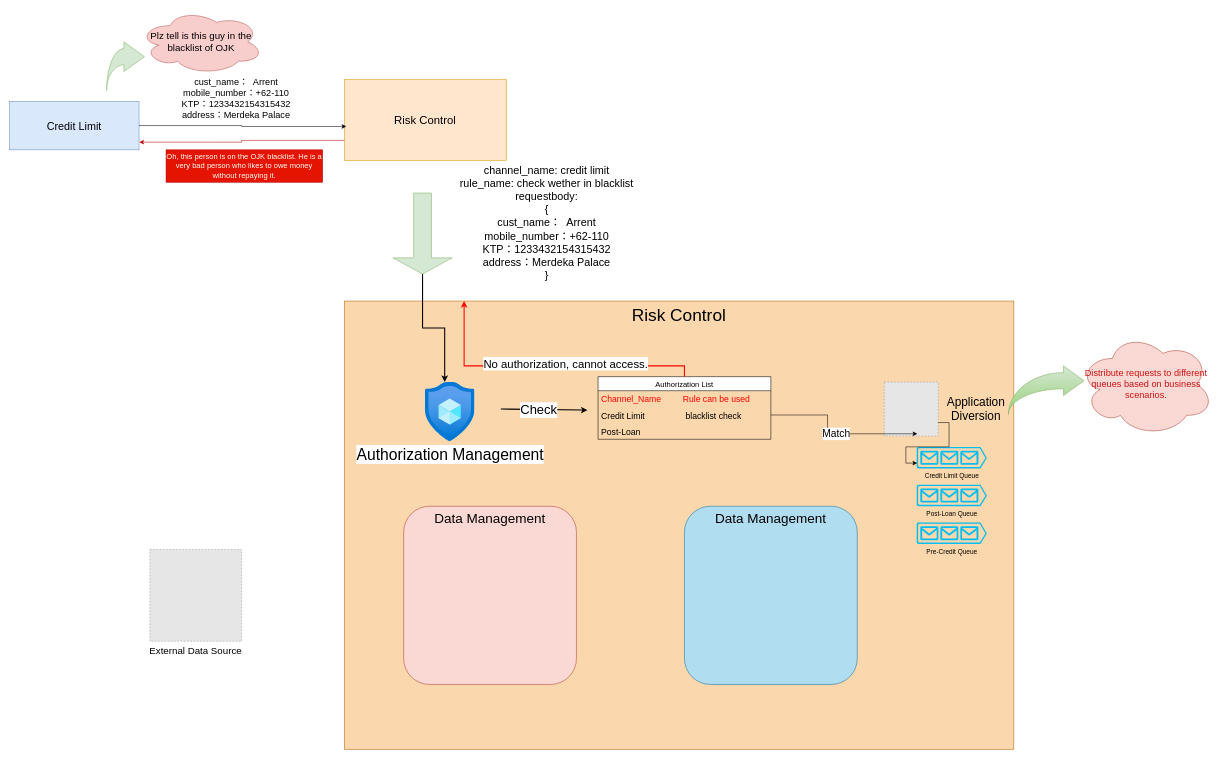
Before: 风控.drawio in paidaxingz/draw.io, a draw.io diagram. Source tidied: cells renumbered, new cells numbered last; positions are measured from the earlier drawing's top-left corner, leaving out a move shared by most shapes. Both pictures are drawn from the tidied source at 54%, with x=0, y=0 at pixel (9, 9). Pictures stored in the file or linked from it are replaced by grey dashed boxes.
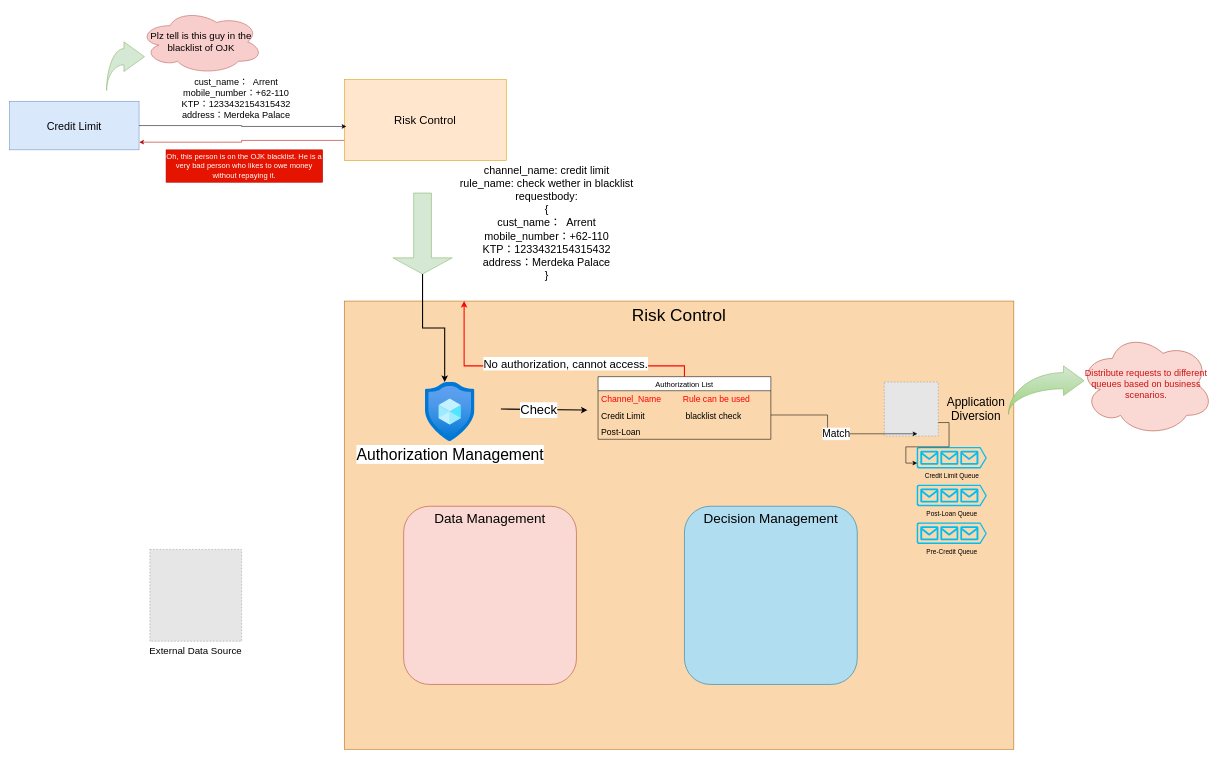
After the change.

The edit, as a diff of the source:
```diff
@@
-    <mxCell id="34" value="&lt;span style=&quot;font-size: 25px;&quot;&gt;Data Management&lt;/span&gt;" style="rounded=1;whiteSpace=wrap;html=1;verticalAlign=top;fillColor=#b1ddf0;strokeColor=#10739e;" parent="1" vertex="1">
+    <mxCell id="34" value="&lt;span style=&quot;font-size: 25px;&quot;&gt;Decision Management&lt;/span&gt;" style="rounded=1;whiteSpace=wrap;html=1;verticalAlign=top;fillColor=#b1ddf0;strokeColor=#10739e;" parent="1" vertex="1">
       <mxGeometry x="1250" y="920" width="320" height="330" as="geometry" />
     </mxCell>
```
